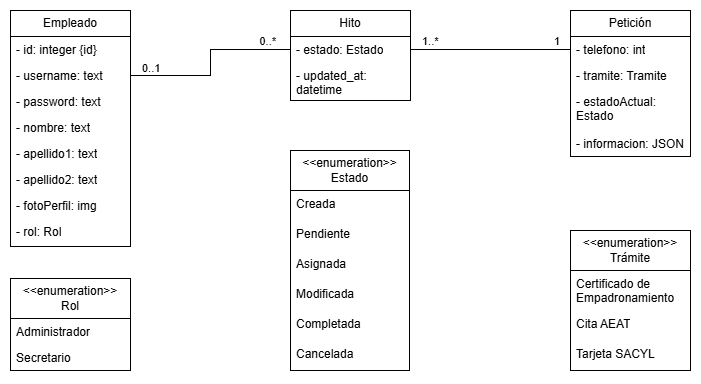
This is documents/diagramas/modelo_dominio.png from humaral/tfg, a draw.io export, as it was before one commit. Source tidied: cells renumbered, new cells last; positions are measured from the earlier drawing's top-left corner, leaving out a move shared by most shapes.
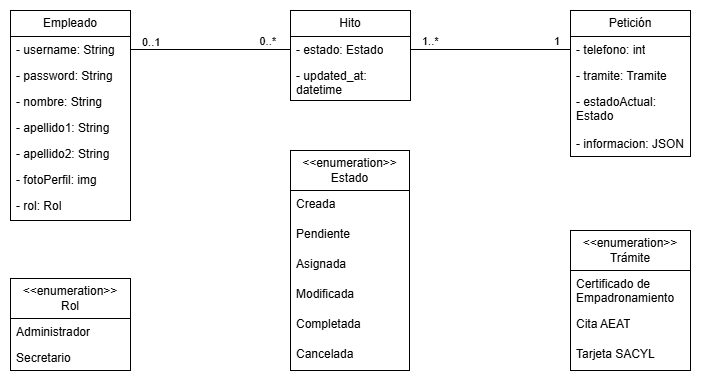
Above is the later version.

The edit, as a diff of the source:
```diff
@@ -3,31 +3,28 @@
     <mxCell id="0" />
     <mxCell id="1" parent="0" />
     <mxCell id="2" value="Empleado" style="swimlane;fontStyle=0;horizontal=1;startSize=26;fillColor=none;whiteSpace=wrap;html=1;" parent="1" vertex="1">
-      <mxGeometry width="120" height="236" as="geometry" />
+      <mxGeometry width="120" height="210" as="geometry" />
     </mxCell>
-    <mxCell id="3" value="- id: integer {id}" style="text;strokeColor=none;fillColor=none;align=left;verticalAlign=top;spacingLeft=4;spacingRight=4;overflow=hidden;whiteSpace=wrap;html=1;" parent="2" vertex="1">
-      <mxGeometry y="26" width="120" height="26" as="geometry" />
-    </mxCell>
-    <mxCell id="4" value="- username: text" style="text;strokeColor=none;fillColor=none;align=left;verticalAlign=top;spacingLeft=4;spacingRight=4;overflow=hidden;points=[[0,0.5],[1,0.5]];portConstraint=eastwest;whiteSpace=wrap;html=1;" parent="2" vertex="1">
-      <mxGeometry y="52" width="120" height="26" as="geometry" />
-    </mxCell>
-    <mxCell id="5" value="- password: text" style="text;strokeColor=none;fillColor=none;align=left;verticalAlign=top;spacingLeft=4;spacingRight=4;overflow=hidden;whiteSpace=wrap;html=1;" parent="2" vertex="1">
-      <mxGeometry y="78" width="120" height="26" as="geometry" />
-    </mxCell>
-    <mxCell id="6" value="- nombre: text" style="text;strokeColor=none;fillColor=none;align=left;verticalAlign=top;spacingLeft=4;spacingRight=4;overflow=hidden;whiteSpace=wrap;html=1;" parent="2" vertex="1">
-      <mxGeometry y="104" width="120" height="26" as="geometry" />
-    </mxCell>
-    <mxCell id="7" value="- apellido1: text" style="text;strokeColor=none;fillColor=none;align=left;verticalAlign=top;spacingLeft=4;spacingRight=4;overflow=hidden;whiteSpace=wrap;html=1;" parent="2" vertex="1">
-      <mxGeometry y="130" width="120" height="26" as="geometry" />
-    </mxCell>
-    <mxCell id="8" value="- apellido2: text" style="text;strokeColor=none;fillColor=none;align=left;verticalAlign=top;spacingLeft=4;spacingRight=4;overflow=hidden;whiteSpace=wrap;html=1;" parent="2" vertex="1">
-      <mxGeometry y="156" width="120" height="26" as="geometry" />
-    </mxCell>
+    <mxCell id="39" value="- username: String" style="text;strokeColor=none;fillColor=none;align=left;verticalAlign=top;spacingLeft=4;spacingRight=4;overflow=hidden;points=[[0,0.5],[1,0.5]];portConstraint=eastwest;whiteSpace=wrap;html=1;" parent="2" vertex="1">
+      <mxGeometry y="26" width="120" height="26" as="geometry" />
+    </mxCell>
+    <mxCell id="40" value="- password: String" style="text;strokeColor=none;fillColor=none;align=left;verticalAlign=top;spacingLeft=4;spacingRight=4;overflow=hidden;whiteSpace=wrap;html=1;" parent="2" vertex="1">
+      <mxGeometry y="52" width="120" height="26" as="geometry" />
+    </mxCell>
+    <mxCell id="41" value="- nombre: String" style="text;strokeColor=none;fillColor=none;align=left;verticalAlign=top;spacingLeft=4;spacingRight=4;overflow=hidden;whiteSpace=wrap;html=1;" parent="2" vertex="1">
+      <mxGeometry y="78" width="120" height="26" as="geometry" />
+    </mxCell>
+    <mxCell id="42" value="- apellido1: String" style="text;strokeColor=none;fillColor=none;align=left;verticalAlign=top;spacingLeft=4;spacingRight=4;overflow=hidden;whiteSpace=wrap;html=1;" parent="2" vertex="1">
+      <mxGeometry y="104" width="120" height="26" as="geometry" />
+    </mxCell>
+    <mxCell id="43" value="- apellido2: String" style="text;strokeColor=none;fillColor=none;align=left;verticalAlign=top;spacingLeft=4;spacingRight=4;overflow=hidden;whiteSpace=wrap;html=1;" parent="2" vertex="1">
+      <mxGeometry y="130" width="120" height="26" as="geometry" />
+    </mxCell>
     <mxCell id="9" value="- fotoPerfil: img" style="text;strokeColor=none;fillColor=none;align=left;verticalAlign=top;spacingLeft=4;spacingRight=4;overflow=hidden;whiteSpace=wrap;html=1;" parent="2" vertex="1">
-      <mxGeometry y="182" width="120" height="26" as="geometry" />
+      <mxGeometry y="156" width="120" height="26" as="geometry" />
     </mxCell>
     <mxCell id="10" value="- rol: Rol" style="text;strokeColor=none;fillColor=none;align=left;verticalAlign=top;spacingLeft=4;spacingRight=4;overflow=hidden;whiteSpace=wrap;html=1;" parent="2" vertex="1">
-      <mxGeometry y="208" width="120" height="28" as="geometry" />
+      <mxGeometry y="182" width="120" height="28" as="geometry" />
     </mxCell>
     <mxCell id="11" value="Hito" style="swimlane;fontStyle=0;horizontal=1;startSize=26;fillColor=none;whiteSpace=wrap;html=1;" parent="1" vertex="1">
       <mxGeometry x="280" width="120" height="90" as="geometry" />
@@ -95,15 +92,15 @@
     <mxCell id="32" value="Cancelada" style="text;strokeColor=none;fillColor=none;align=left;verticalAlign=top;spacingLeft=4;spacingRight=4;overflow=hidden;whiteSpace=wrap;html=1;" parent="26" vertex="1">
       <mxGeometry y="190" width="119" height="30" as="geometry" />
     </mxCell>
-    <mxCell id="33" style="endArrow=none;html=1;edgeStyle=orthogonalEdgeStyle;rounded=0;exitX=1;exitY=0.5;exitDx=0;exitDy=0;entryX=0;entryY=0.5;entryDx=0;entryDy=0;" parent="1" edge="1" source="4" target="12">
-      <mxGeometry relative="1" as="geometry" />
-    </mxCell>
+    <mxCell id="44" style="endArrow=none;html=1;edgeStyle=orthogonalEdgeStyle;rounded=0;exitX=1;exitY=0.5;exitDx=0;exitDy=0;entryX=0;entryY=0.5;entryDx=0;entryDy=0;" parent="1" edge="1" source="39" target="12">
+      <mxGeometry relative="1" as="geometry" />
+    </mxCell>
-    <mxCell id="34" value="0..1" style="edgeLabel;html=1;align=left;verticalAlign=bottom;" parent="33" vertex="1">
+    <mxCell id="34" value="0..1" style="edgeLabel;html=1;align=left;verticalAlign=bottom;" parent="44" vertex="1">
       <mxGeometry x="-1" relative="1" as="geometry">
         <mxPoint x="10" y="1" as="offset" />
       </mxGeometry>
     </mxCell>
-    <mxCell id="35" value="0..*" style="edgeLabel;html=1;align=right;verticalAlign=bottom;" parent="33" vertex="1">
+    <mxCell id="35" value="0..*" style="edgeLabel;html=1;align=right;verticalAlign=bottom;" parent="44" vertex="1">
       <mxGeometry x="1" relative="1" as="geometry">
         <mxPoint x="-14" as="offset" />
       </mxGeometry>
```
